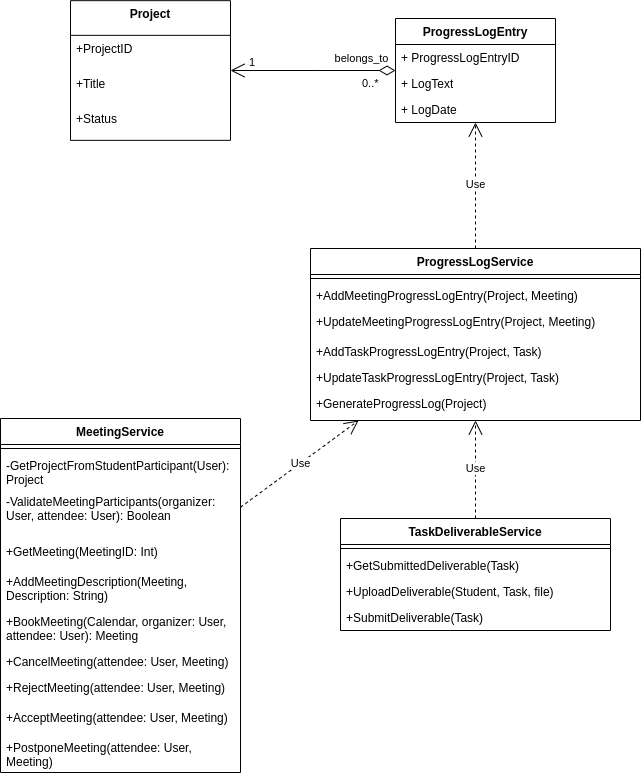
Before: UML/Class Diagrams/images/ProgressLogServiceClass Diagram.drawio.png, a diagram exported from draw.io (Beginner50/Dissertation). Source tidied: cells renumbered, new cells last; positions are measured from the earlier drawing's top-left corner, leaving out a move shared by most shapes.
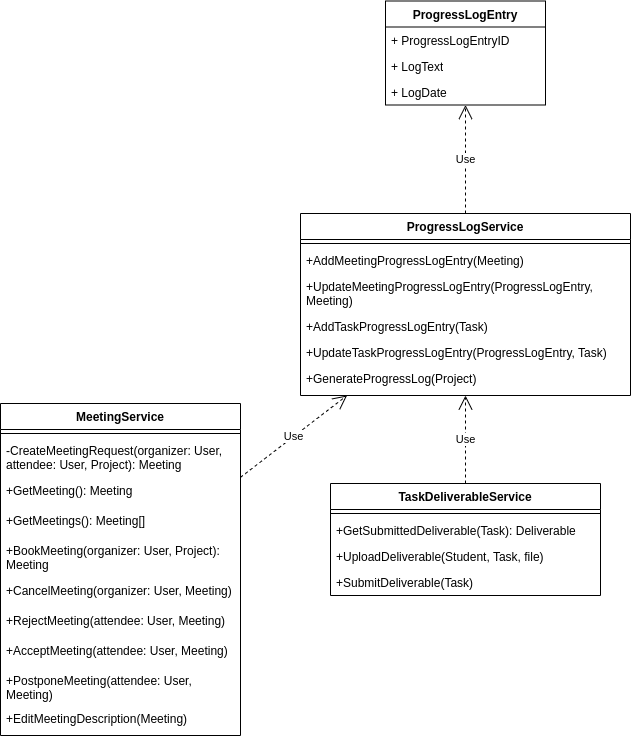
After the commit.

Change to the diagram source:
```diff
@@ -3,64 +3,31 @@
     <mxCell id="0" />
     <mxCell id="1" parent="0" />
     <mxCell id="2" value="ProgressLogService" style="swimlane;fontStyle=1;align=center;verticalAlign=top;horizontal=1;startSize=26;whiteSpace=wrap;html=1;" parent="1" vertex="1">
-      <mxGeometry x="310" y="248" width="330" height="172" as="geometry" />
+      <mxGeometry x="310" y="248" width="330" height="182" as="geometry" />
     </mxCell>
     <mxCell id="3" style="line;strokeWidth=1;fillColor=none;align=left;verticalAlign=middle;spacingTop=-1;spacingLeft=3;spacingRight=3;labelPosition=right;strokeColor=inherit;" parent="2" vertex="1">
       <mxGeometry y="26" width="330" height="8" as="geometry" />
     </mxCell>
-    <mxCell id="4" value="+AddMeetingProgressLogEntry(Project, Meeting)" style="text;strokeColor=none;fillColor=none;align=left;verticalAlign=top;spacingLeft=4;spacingRight=4;overflow=hidden;whiteSpace=wrap;html=1;" parent="2" vertex="1">
+    <mxCell id="4" value="+AddMeetingProgressLogEntry(Meeting)" style="text;strokeColor=none;fillColor=none;align=left;verticalAlign=top;spacingLeft=4;spacingRight=4;overflow=hidden;whiteSpace=wrap;html=1;" parent="2" vertex="1">
       <mxGeometry y="34" width="330" height="26" as="geometry" />
     </mxCell>
-    <mxCell id="5" value="+UpdateMeetingProgressLogEntry(Project, Meeting)" style="text;strokeColor=none;fillColor=none;align=left;verticalAlign=top;spacingLeft=4;spacingRight=4;overflow=hidden;whiteSpace=wrap;html=1;" parent="2" vertex="1">
-      <mxGeometry y="60" width="330" height="30" as="geometry" />
+    <mxCell id="5" value="+UpdateMeetingProgressLogEntry(ProgressLogEntry, Meeting)" style="text;strokeColor=none;fillColor=none;align=left;verticalAlign=top;spacingLeft=4;spacingRight=4;overflow=hidden;whiteSpace=wrap;html=1;" parent="2" vertex="1">
+      <mxGeometry y="60" width="330" height="40" as="geometry" />
     </mxCell>
-    <mxCell id="6" value="+AddTaskProgressLogEntry(Project, Task)" style="text;strokeColor=none;fillColor=none;align=left;verticalAlign=top;spacingLeft=4;spacingRight=4;overflow=hidden;whiteSpace=wrap;html=1;" parent="2" vertex="1">
-      <mxGeometry y="90" width="330" height="26" as="geometry" />
+    <mxCell id="6" value="+AddTaskProgressLogEntry(Task)" style="text;strokeColor=none;fillColor=none;align=left;verticalAlign=top;spacingLeft=4;spacingRight=4;overflow=hidden;whiteSpace=wrap;html=1;" parent="2" vertex="1">
+      <mxGeometry y="100" width="330" height="26" as="geometry" />
     </mxCell>
-    <mxCell id="7" value="+UpdateTaskProgressLogEntry(Project, Task)" style="text;strokeColor=none;fillColor=none;align=left;verticalAlign=top;spacingLeft=4;spacingRight=4;overflow=hidden;whiteSpace=wrap;html=1;" parent="2" vertex="1">
-      <mxGeometry y="116" width="330" height="26" as="geometry" />
+    <mxCell id="7" value="+UpdateTaskProgressLogEntry(ProgressLogEntry, Task)" style="text;strokeColor=none;fillColor=none;align=left;verticalAlign=top;spacingLeft=4;spacingRight=4;overflow=hidden;whiteSpace=wrap;html=1;" parent="2" vertex="1">
+      <mxGeometry y="126" width="330" height="26" as="geometry" />
     </mxCell>
     <mxCell id="8" value="+GenerateProgressLog(Project)" style="text;strokeColor=none;fillColor=none;align=left;verticalAlign=top;spacingLeft=4;spacingRight=4;overflow=hidden;whiteSpace=wrap;html=1;" parent="2" vertex="1">
-      <mxGeometry y="142" width="330" height="30" as="geometry" />
+      <mxGeometry y="152" width="330" height="30" as="geometry" />
     </mxCell>
-    <mxCell id="9" value="MeetingService" style="swimlane;fontStyle=1;align=center;verticalAlign=top;horizontal=1;startSize=26;whiteSpace=wrap;html=1;" parent="1" vertex="1">
-      <mxGeometry y="418" width="240" height="354" as="geometry" />
-    </mxCell>
-    <mxCell id="10" style="line;strokeWidth=1;fillColor=none;align=left;verticalAlign=middle;spacingTop=-1;spacingLeft=3;spacingRight=3;labelPosition=right;strokeColor=inherit;" parent="9" vertex="1">
-      <mxGeometry y="26" width="240" height="8" as="geometry" />
-    </mxCell>
-    <mxCell id="11" value="-GetProjectFromStudentParticipant(User): Project" style="text;strokeColor=none;fillColor=none;align=left;verticalAlign=top;spacingLeft=4;spacingRight=4;overflow=hidden;whiteSpace=wrap;html=1;" parent="9" vertex="1">
-      <mxGeometry y="34" width="240" height="36" as="geometry" />
-    </mxCell>
-    <mxCell id="12" value="-ValidateMeetingParticipants(organizer: User, attendee: User): Boolean" style="text;strokeColor=none;fillColor=none;align=left;verticalAlign=top;spacingLeft=4;spacingRight=4;overflow=hidden;whiteSpace=wrap;html=1;" parent="9" vertex="1">
-      <mxGeometry y="70" width="240" height="50" as="geometry" />
-    </mxCell>
-    <mxCell id="13" value="+GetMeeting(MeetingID: Int)" style="text;strokeColor=none;fillColor=none;align=left;verticalAlign=top;spacingLeft=4;spacingRight=4;overflow=hidden;whiteSpace=wrap;html=1;" parent="9" vertex="1">
-      <mxGeometry y="120" width="240" height="30" as="geometry" />
-    </mxCell>
-    <mxCell id="14" value="+AddMeetingDescription(Meeting, Description: String)" style="text;strokeColor=none;fillColor=none;align=left;verticalAlign=top;spacingLeft=4;spacingRight=4;overflow=hidden;whiteSpace=wrap;html=1;" parent="9" vertex="1">
-      <mxGeometry y="150" width="240" height="40" as="geometry" />
-    </mxCell>
-    <mxCell id="15" value="+BookMeeting(Calendar, organizer: User, attendee: User): Meeting" style="text;strokeColor=none;fillColor=none;align=left;verticalAlign=top;spacingLeft=4;spacingRight=4;overflow=hidden;whiteSpace=wrap;html=1;" parent="9" vertex="1">
-      <mxGeometry y="190" width="240" height="40" as="geometry" />
-    </mxCell>
-    <mxCell id="16" value="+CancelMeeting(attendee: User, Meeting)" style="text;strokeColor=none;fillColor=none;align=left;verticalAlign=top;spacingLeft=4;spacingRight=4;overflow=hidden;whiteSpace=wrap;html=1;" parent="9" vertex="1">
-      <mxGeometry y="230" width="240" height="26" as="geometry" />
-    </mxCell>
-    <mxCell id="17" value="+RejectMeeting(attendee: User, Meeting)" style="text;strokeColor=none;fillColor=none;align=left;verticalAlign=top;spacingLeft=4;spacingRight=4;overflow=hidden;whiteSpace=wrap;html=1;" parent="9" vertex="1">
-      <mxGeometry y="256" width="240" height="30" as="geometry" />
-    </mxCell>
-    <mxCell id="18" value="+AcceptMeeting(attendee: User, Meeting)" style="text;strokeColor=none;fillColor=none;align=left;verticalAlign=top;spacingLeft=4;spacingRight=4;overflow=hidden;whiteSpace=wrap;html=1;" parent="9" vertex="1">
-      <mxGeometry y="286" width="240" height="30" as="geometry" />
-    </mxCell>
-    <mxCell id="19" value="+PostponeMeeting(attendee: User, Meeting)" style="text;strokeColor=none;fillColor=none;align=left;verticalAlign=top;spacingLeft=4;spacingRight=4;overflow=hidden;whiteSpace=wrap;html=1;" parent="9" vertex="1">
-      <mxGeometry y="316" width="240" height="38" as="geometry" />
-    </mxCell>
     <mxCell id="20" value="Use" style="endArrow=open;endSize=12;dashed=1;html=1;rounded=0;" parent="1" edge="1" source="9" target="2">
       <mxGeometry relative="1" as="geometry" />
     </mxCell>
     <mxCell id="21" value="ProgressLogEntry" style="swimlane;fontStyle=1;align=center;verticalAlign=top;horizontal=1;startSize=26;whiteSpace=wrap;html=1;" parent="1" vertex="1">
-      <mxGeometry x="395" y="18" width="160" height="104" as="geometry" />
+      <mxGeometry x="395" y="35.5" width="160" height="104" as="geometry" />
     </mxCell>
     <mxCell id="22" value="+ ProgressLogEntryID" style="text;strokeColor=none;fillColor=none;align=left;verticalAlign=top;spacingLeft=4;spacingRight=4;overflow=hidden;whiteSpace=wrap;html=1;" parent="21" vertex="1">
       <mxGeometry y="26" width="160" height="26" as="geometry" />
@@ -80,7 +47,7 @@
     <mxCell id="27" style="line;strokeWidth=1;fillColor=none;align=left;verticalAlign=middle;spacingTop=-1;spacingLeft=3;spacingRight=3;labelPosition=right;strokeColor=inherit;" parent="26" vertex="1">
       <mxGeometry y="26" width="270" height="8" as="geometry" />
     </mxCell>
-    <mxCell id="28" value="+GetSubmittedDeliverable(Task)&amp;nbsp;" style="text;strokeColor=none;fillColor=none;align=left;verticalAlign=top;spacingLeft=4;spacingRight=4;overflow=hidden;whiteSpace=wrap;html=1;" parent="26" vertex="1">
+    <mxCell id="28" value="+GetSubmittedDeliverable(Task): Deliverable" style="text;strokeColor=none;fillColor=none;align=left;verticalAlign=top;spacingLeft=4;spacingRight=4;overflow=hidden;whiteSpace=wrap;html=1;" parent="26" vertex="1">
       <mxGeometry y="34" width="270" height="26" as="geometry" />
     </mxCell>
     <mxCell id="29" value="+UploadDeliverable(Student, Task, file)&amp;nbsp;" style="text;strokeColor=none;fillColor=none;align=left;verticalAlign=top;spacingLeft=4;spacingRight=4;overflow=hidden;whiteSpace=wrap;html=1;" parent="26" vertex="1">
@@ -92,30 +59,38 @@
     <mxCell id="31" value="Use" style="endArrow=open;endSize=12;dashed=1;html=1;rounded=0;" parent="1" edge="1" source="26" target="2">
       <mxGeometry relative="1" as="geometry" />
     </mxCell>
-    <mxCell id="32" value="Project" style="swimlane;fontStyle=1;align=center;verticalAlign=top;horizontal=1;startSize=34.666666666666664;" parent="1" vertex="1">
-      <mxGeometry x="70" y="0.2" width="160" height="139.7" as="geometry" />
-    </mxCell>
-    <mxCell id="33" value="+ProjectID" style="text;strokeColor=none;fillColor=none;align=left;verticalAlign=top;spacingLeft=4;spacingRight=4;overflow=hidden;" parent="32" vertex="1">
-      <mxGeometry y="34.7" width="160" height="35" as="geometry" />
-    </mxCell>
-    <mxCell id="34" value="+Title" style="text;strokeColor=none;fillColor=none;align=left;verticalAlign=top;spacingLeft=4;spacingRight=4;overflow=hidden;" parent="32" vertex="1">
-      <mxGeometry y="69.7" width="160" height="35" as="geometry" />
-    </mxCell>
-    <mxCell id="35" value="+Status" style="text;strokeColor=none;fillColor=none;align=left;verticalAlign=top;spacingLeft=4;spacingRight=4;overflow=hidden;" parent="32" vertex="1">
-      <mxGeometry y="104.7" width="160" height="35" as="geometry" />
-    </mxCell>
-    <mxCell id="36" value="belongs_to" style="endArrow=open;html=1;endSize=12;startArrow=diamondThin;startSize=14;startFill=0;edgeStyle=orthogonalEdgeStyle;rounded=0;" parent="1" edge="1" source="21" target="32">
-      <mxGeometry x="-0.58" y="-12" relative="1" as="geometry" />
-    </mxCell>
-    <mxCell id="37" value="0..*" style="edgeLabel;html=1;align=left;verticalAlign=top;" parent="36" vertex="1">
-      <mxGeometry x="-1" relative="1" as="geometry">
-        <mxPoint x="-35" as="offset" />
-      </mxGeometry>
-    </mxCell>
-    <mxCell id="38" value="1" style="edgeLabel;html=1;align=right;verticalAlign=top;" parent="36" vertex="1">
-      <mxGeometry x="1" relative="1" as="geometry">
-        <mxPoint x="25" y="-21" as="offset" />
-      </mxGeometry>
-    </mxCell>
+    <mxCell id="9" value="MeetingService" style="swimlane;fontStyle=1;align=center;verticalAlign=top;horizontal=1;startSize=26;whiteSpace=wrap;html=1;" parent="1" vertex="1">
+      <mxGeometry x="10" y="438" width="240" height="332" as="geometry" />
+    </mxCell>
+    <mxCell id="10" style="line;strokeWidth=1;fillColor=none;align=left;verticalAlign=middle;spacingTop=-1;spacingLeft=3;spacingRight=3;labelPosition=right;strokeColor=inherit;" parent="9" vertex="1">
+      <mxGeometry y="26" width="240" height="8" as="geometry" />
+    </mxCell>
+    <mxCell id="39" value="-CreateMeetingRequest(organizer: User, attendee: User, Project): Meeting" style="text;strokeColor=none;fillColor=none;align=left;verticalAlign=top;spacingLeft=4;spacingRight=4;overflow=hidden;whiteSpace=wrap;html=1;" parent="9" vertex="1">
+      <mxGeometry y="34" width="240" height="40" as="geometry" />
+    </mxCell>
+    <mxCell id="40" value="+GetMeeting(): Meeting" style="text;strokeColor=none;fillColor=none;align=left;verticalAlign=top;spacingLeft=4;spacingRight=4;overflow=hidden;whiteSpace=wrap;html=1;" parent="9" vertex="1">
+      <mxGeometry y="74" width="240" height="30" as="geometry" />
+    </mxCell>
+    <mxCell id="41" value="+GetMeetings(): Meeting[]" style="text;strokeColor=none;fillColor=none;align=left;verticalAlign=top;spacingLeft=4;spacingRight=4;overflow=hidden;whiteSpace=wrap;html=1;" parent="9" vertex="1">
+      <mxGeometry y="104" width="240" height="30" as="geometry" />
+    </mxCell>
+    <mxCell id="42" value="+BookMeeting(organizer: User, Project): Meeting" style="text;strokeColor=none;fillColor=none;align=left;verticalAlign=top;spacingLeft=4;spacingRight=4;overflow=hidden;whiteSpace=wrap;html=1;" parent="9" vertex="1">
+      <mxGeometry y="134" width="240" height="40" as="geometry" />
+    </mxCell>
+    <mxCell id="43" value="+CancelMeeting(organizer: User, Meeting)" style="text;strokeColor=none;fillColor=none;align=left;verticalAlign=top;spacingLeft=4;spacingRight=4;overflow=hidden;whiteSpace=wrap;html=1;" parent="9" vertex="1">
+      <mxGeometry y="174" width="240" height="30" as="geometry" />
+    </mxCell>
+    <mxCell id="17" value="+RejectMeeting(attendee: User, Meeting)" style="text;strokeColor=none;fillColor=none;align=left;verticalAlign=top;spacingLeft=4;spacingRight=4;overflow=hidden;whiteSpace=wrap;html=1;" parent="9" vertex="1">
+      <mxGeometry y="204" width="240" height="30" as="geometry" />
+    </mxCell>
+    <mxCell id="18" value="+AcceptMeeting(attendee: User, Meeting)" style="text;strokeColor=none;fillColor=none;align=left;verticalAlign=top;spacingLeft=4;spacingRight=4;overflow=hidden;whiteSpace=wrap;html=1;" parent="9" vertex="1">
+      <mxGeometry y="234" width="240" height="30" as="geometry" />
+    </mxCell>
+    <mxCell id="19" value="+PostponeMeeting(attendee: User, Meeting)" style="text;strokeColor=none;fillColor=none;align=left;verticalAlign=top;spacingLeft=4;spacingRight=4;overflow=hidden;whiteSpace=wrap;html=1;" parent="9" vertex="1">
+      <mxGeometry y="264" width="240" height="38" as="geometry" />
+    </mxCell>
+    <mxCell id="44" value="+EditMeetingDescription(Meeting)" style="text;strokeColor=none;fillColor=none;align=left;verticalAlign=top;spacingLeft=4;spacingRight=4;overflow=hidden;whiteSpace=wrap;html=1;" parent="9" vertex="1">
+      <mxGeometry y="302" width="240" height="30" as="geometry" />
+    </mxCell>
   </root>
 </mxGraphModel>
```
